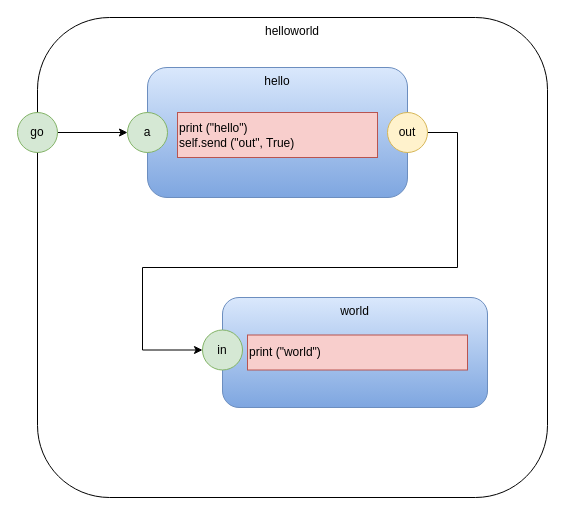
The draw.io diagram helloworld.drawio in guitarvydas/d2py, before the edit. Source tidied: cells renumbered, new cells numbered last; positions are measured from the earlier drawing's top-left corner, leaving out a move shared by most shapes. Both pictures are drawn from the tidied source at 100%, with x=0, y=0 at pixel (17, 17).
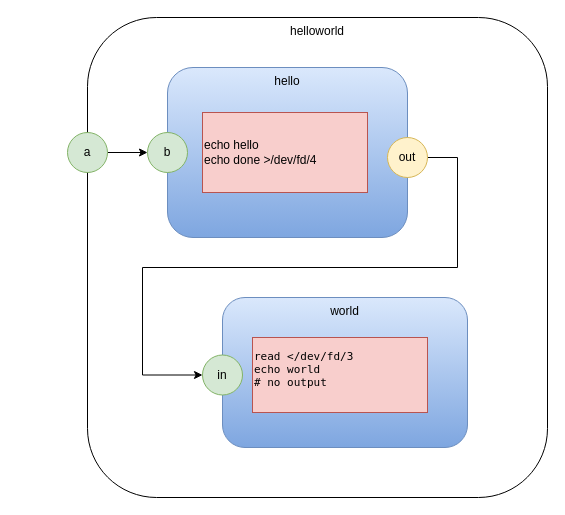
The same page after the edit.

What changed in the source:
```diff
@@
 <mxGraphModel>
   <root>
     <mxCell id="0" />
     <mxCell id="1" parent="0" />
     <mxCell id="2" value="helloworld" style="rounded=1;whiteSpace=wrap;html=1;verticalAlign=top;" parent="1" vertex="1">
-      <mxGeometry x="20" width="510" height="480" as="geometry" />
+      <mxGeometry x="70" width="460" height="480" as="geometry" />
     </mxCell>
     <mxCell id="3" value="hello" style="rounded=1;whiteSpace=wrap;html=1;gradientColor=#7ea6e0;fillColor=#dae8fc;strokeColor=#6c8ebf;verticalAlign=top;" parent="1" vertex="1">
-      <mxGeometry x="130" y="50" width="260" height="130" as="geometry" />
+      <mxGeometry x="150" y="50" width="240" height="170" as="geometry" />
     </mxCell>
-    <mxCell id="4" value="print (&quot;hello&quot;)&lt;br&gt;self.send (&quot;out&quot;, True)&lt;br&gt;&lt;div&gt;&lt;/div&gt;" style="rounded=0;whiteSpace=wrap;html=1;fillColor=#f8cecc;strokeColor=#b85450;align=left;" parent="1" vertex="1">
-      <mxGeometry x="160" y="95" width="200" height="45" as="geometry" />
+    <mxCell id="4" value="&lt;div&gt;echo hello&lt;/div&gt;&lt;div&gt;&lt;/div&gt;echo done &amp;gt;/dev/fd/4" style="rounded=0;whiteSpace=wrap;html=1;fillColor=#f8cecc;strokeColor=#b85450;align=left;" parent="1" vertex="1">
+      <mxGeometry x="185" y="95" width="165" height="80" as="geometry" />
     </mxCell>
     <mxCell id="5" style="edgeStyle=orthogonalEdgeStyle;rounded=0;jettySize=auto;html=1;entryX=0;entryY=0.5;entryDx=0;entryDy=0;" parent="1" edge="1" source="6" target="8">
       <mxGeometry relative="1" as="geometry">
         <Array as="points">
-          <mxPoint x="440" y="115" />
+          <mxPoint x="440" y="140" />
           <mxPoint x="440" y="250" />
           <mxPoint x="125" y="250" />
-          <mxPoint x="125" y="333" />
+          <mxPoint x="125" y="358" />
         </Array>
       </mxGeometry>
     </mxCell>
     <mxCell id="6" value="out" style="ellipse;whiteSpace=wrap;html=1;fillColor=#fff2cc;strokeColor=#d6b656;" parent="1" vertex="1">
-      <mxGeometry x="370" y="95" width="40" height="40" as="geometry" />
+      <mxGeometry x="370" y="120" width="40" height="40" as="geometry" />
     </mxCell>
     <mxCell id="7" value="world" style="rounded=1;whiteSpace=wrap;html=1;gradientColor=#7ea6e0;fillColor=#dae8fc;strokeColor=#6c8ebf;verticalAlign=top;" parent="1" vertex="1">
-      <mxGeometry x="205" y="280" width="265" height="110" as="geometry" />
+      <mxGeometry x="205" y="280" width="245" height="150" as="geometry" />
     </mxCell>
     <mxCell id="8" value="in" style="ellipse;whiteSpace=wrap;html=1;fillColor=#d5e8d4;strokeColor=#82b366;" parent="1" vertex="1">
-      <mxGeometry x="185" y="312.5" width="40" height="40" as="geometry" />
+      <mxGeometry x="185" y="337.5" width="40" height="40" as="geometry" />
     </mxCell>
-    <mxCell id="9" value="print (&quot;world&quot;)&lt;br&gt;&lt;div&gt;&lt;/div&gt;" style="rounded=0;whiteSpace=wrap;html=1;fillColor=#f8cecc;strokeColor=#b85450;align=left;" parent="1" vertex="1">
-      <mxGeometry x="230" y="317.5" width="220" height="35" as="geometry" />
-    </mxCell>
-    <mxCell id="10" style="edgeStyle=orthogonalEdgeStyle;rounded=0;jettySize=auto;html=1;exitX=1;exitY=0.5;exitDx=0;exitDy=0;entryX=0;entryY=0.5;entryDx=0;entryDy=0;" parent="1" edge="1" source="11" target="12">
-      <mxGeometry relative="1" as="geometry" />
-    </mxCell>
-    <mxCell id="11" value="go" style="ellipse;whiteSpace=wrap;html=1;fillColor=#d5e8d4;strokeColor=#82b366;" parent="1" vertex="1">
-      <mxGeometry y="95" width="40" height="40" as="geometry" />
-    </mxCell>
+    <mxCell id="13" value="&lt;p class=&quot;p1&quot; style=&quot;margin: 0px ; font-stretch: normal ; font-size: 11px ; line-height: normal ; font-family: &amp;#34;menlo&amp;#34;&quot;&gt;&lt;span class=&quot;s1&quot;&gt;read &amp;lt;/dev/fd/3&lt;/span&gt;&lt;/p&gt;&lt;p class=&quot;p1&quot; style=&quot;margin: 0px ; font-stretch: normal ; font-size: 11px ; line-height: normal ; font-family: &amp;#34;menlo&amp;#34;&quot;&gt;&lt;span class=&quot;s1&quot;&gt;echo world&lt;/span&gt;&lt;/p&gt;&lt;p class=&quot;p1&quot; style=&quot;margin: 0px ; font-stretch: normal ; font-size: 11px ; line-height: normal ; font-family: &amp;#34;menlo&amp;#34;&quot;&gt;&lt;span class=&quot;s1&quot;&gt;# no output&lt;/span&gt;&lt;/p&gt;&lt;p class=&quot;p1&quot; style=&quot;margin: 0px ; font-stretch: normal ; font-size: 11px ; line-height: normal ; font-family: &amp;#34;menlo&amp;#34;&quot;&gt;&lt;br&gt;&lt;/p&gt;" style="rounded=0;whiteSpace=wrap;html=1;fillColor=#f8cecc;strokeColor=#b85450;align=left;" parent="1" vertex="1">
+      <mxGeometry x="235" y="320" width="175" height="75" as="geometry" />
+    </mxCell>
+    <mxCell id="14" style="edgeStyle=orthogonalEdgeStyle;rounded=0;jettySize=auto;html=1;entryX=0;entryY=0.5;entryDx=0;entryDy=0;" parent="1" edge="1" source="12" target="15">
+      <mxGeometry relative="1" as="geometry" />
+    </mxCell>
     <mxCell id="12" value="a" style="ellipse;whiteSpace=wrap;html=1;fillColor=#d5e8d4;strokeColor=#82b366;" parent="1" vertex="1">
-      <mxGeometry x="110" y="95" width="40" height="40" as="geometry" />
+      <mxGeometry x="50" y="115" width="40" height="40" as="geometry" />
     </mxCell>
+    <mxCell id="15" value="b" style="ellipse;whiteSpace=wrap;html=1;fillColor=#d5e8d4;strokeColor=#82b366;" parent="1" vertex="1">
+      <mxGeometry x="130" y="115" width="40" height="40" as="geometry" />
+    </mxCell>
   </root>
 </mxGraphModel>
```
